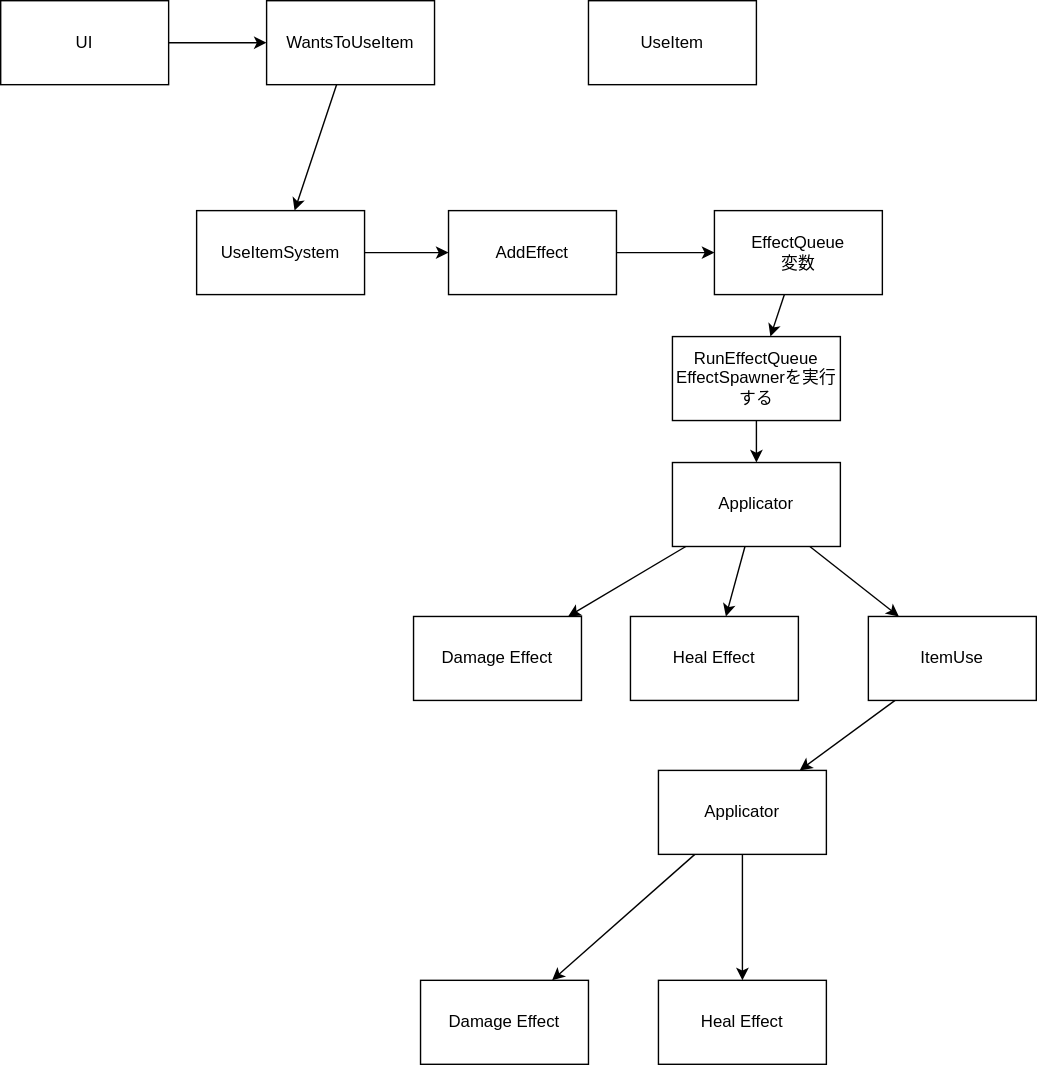
This is docs/images/20231223item.drawio.svg from kijimaD/ruins, a draw.io export, as it was before one commit. Source tidied: cells renumbered, new cells last; positions are measured from the earlier drawing's top-left corner, leaving out a move shared by most shapes. Its diagram source:
```xml
<mxGraphModel>
  <root>
    <mxCell id="0" />
    <mxCell id="1" parent="0" />
    <mxCell id="2" style="edgeStyle=none;html=1;" parent="1" edge="1" source="3" target="6">
      <mxGeometry relative="1" as="geometry" />
    </mxCell>
    <mxCell id="3" value="WantsToUseItem" style="whiteSpace=wrap;html=1;" parent="1" vertex="1">
      <mxGeometry x="190" width="120" height="60" as="geometry" />
    </mxCell>
    <mxCell id="4" value="UseItem" style="whiteSpace=wrap;html=1;" parent="1" vertex="1">
      <mxGeometry x="420" width="120" height="60" as="geometry" />
    </mxCell>
    <mxCell id="5" style="edgeStyle=none;html=1;" parent="1" edge="1" source="6" target="8">
      <mxGeometry relative="1" as="geometry" />
    </mxCell>
    <mxCell id="6" value="UseItemSystem" style="whiteSpace=wrap;html=1;" parent="1" vertex="1">
      <mxGeometry x="140" y="150" width="120" height="60" as="geometry" />
    </mxCell>
    <mxCell id="7" style="edgeStyle=none;html=1;" parent="1" edge="1" source="8" target="10">
      <mxGeometry relative="1" as="geometry" />
    </mxCell>
    <mxCell id="8" value="AddEffect" style="whiteSpace=wrap;html=1;" parent="1" vertex="1">
      <mxGeometry x="320" y="150" width="120" height="60" as="geometry" />
    </mxCell>
    <mxCell id="9" style="edgeStyle=none;html=1;" parent="1" edge="1" source="10" target="15">
      <mxGeometry relative="1" as="geometry" />
    </mxCell>
    <mxCell id="10" value="EffectQueue&lt;br&gt;変数" style="whiteSpace=wrap;html=1;" parent="1" vertex="1">
      <mxGeometry x="510" y="150" width="120" height="60" as="geometry" />
    </mxCell>
    <mxCell id="11" style="edgeStyle=none;html=1;" parent="1" edge="1" source="27" target="16">
      <mxGeometry relative="1" as="geometry" />
    </mxCell>
    <mxCell id="12" style="edgeStyle=none;html=1;" parent="1" edge="1" source="27" target="17">
      <mxGeometry relative="1" as="geometry" />
    </mxCell>
    <mxCell id="13" style="edgeStyle=none;html=1;" parent="1" edge="1" source="27" target="21">
      <mxGeometry relative="1" as="geometry" />
    </mxCell>
    <mxCell id="14" style="edgeStyle=none;html=1;" parent="1" edge="1" source="15" target="27">
      <mxGeometry relative="1" as="geometry" />
    </mxCell>
    <mxCell id="15" value="RunEffectQueue&lt;br&gt;EffectSpawnerを実行する" style="whiteSpace=wrap;html=1;" parent="1" vertex="1">
      <mxGeometry x="480" y="240" width="120" height="60" as="geometry" />
    </mxCell>
    <mxCell id="16" value="Damage Effect" style="whiteSpace=wrap;html=1;" parent="1" vertex="1">
      <mxGeometry x="295" y="440" width="120" height="60" as="geometry" />
    </mxCell>
    <mxCell id="17" value="Heal Effect" style="whiteSpace=wrap;html=1;" parent="1" vertex="1">
      <mxGeometry x="450" y="440" width="120" height="60" as="geometry" />
    </mxCell>
    <mxCell id="18" style="edgeStyle=none;html=1;" parent="1" edge="1" source="19" target="3">
      <mxGeometry relative="1" as="geometry" />
    </mxCell>
    <mxCell id="19" value="UI" style="whiteSpace=wrap;html=1;" parent="1" vertex="1">
      <mxGeometry width="120" height="60" as="geometry" />
    </mxCell>
    <mxCell id="20" style="edgeStyle=none;html=1;" parent="1" edge="1" source="21" target="24">
      <mxGeometry relative="1" as="geometry" />
    </mxCell>
    <mxCell id="21" value="ItemUse" style="whiteSpace=wrap;html=1;" parent="1" vertex="1">
      <mxGeometry x="620" y="440" width="120" height="60" as="geometry" />
    </mxCell>
    <mxCell id="22" style="edgeStyle=none;html=1;" parent="1" edge="1" source="24" target="25">
      <mxGeometry relative="1" as="geometry" />
    </mxCell>
    <mxCell id="23" style="edgeStyle=none;html=1;" parent="1" edge="1" source="24" target="26">
      <mxGeometry relative="1" as="geometry" />
    </mxCell>
    <mxCell id="24" value="Applicator" style="whiteSpace=wrap;html=1;" parent="1" vertex="1">
      <mxGeometry x="470" y="550" width="120" height="60" as="geometry" />
    </mxCell>
    <mxCell id="25" value="Heal Effect" style="whiteSpace=wrap;html=1;" parent="1" vertex="1">
      <mxGeometry x="470" y="700" width="120" height="60" as="geometry" />
    </mxCell>
    <mxCell id="26" value="Damage Effect" style="whiteSpace=wrap;html=1;" parent="1" vertex="1">
      <mxGeometry x="300" y="700" width="120" height="60" as="geometry" />
    </mxCell>
    <mxCell id="27" value="Applicator" style="whiteSpace=wrap;html=1;" parent="1" vertex="1">
      <mxGeometry x="480" y="330" width="120" height="60" as="geometry" />
    </mxCell>
  </root>
</mxGraphModel>
```
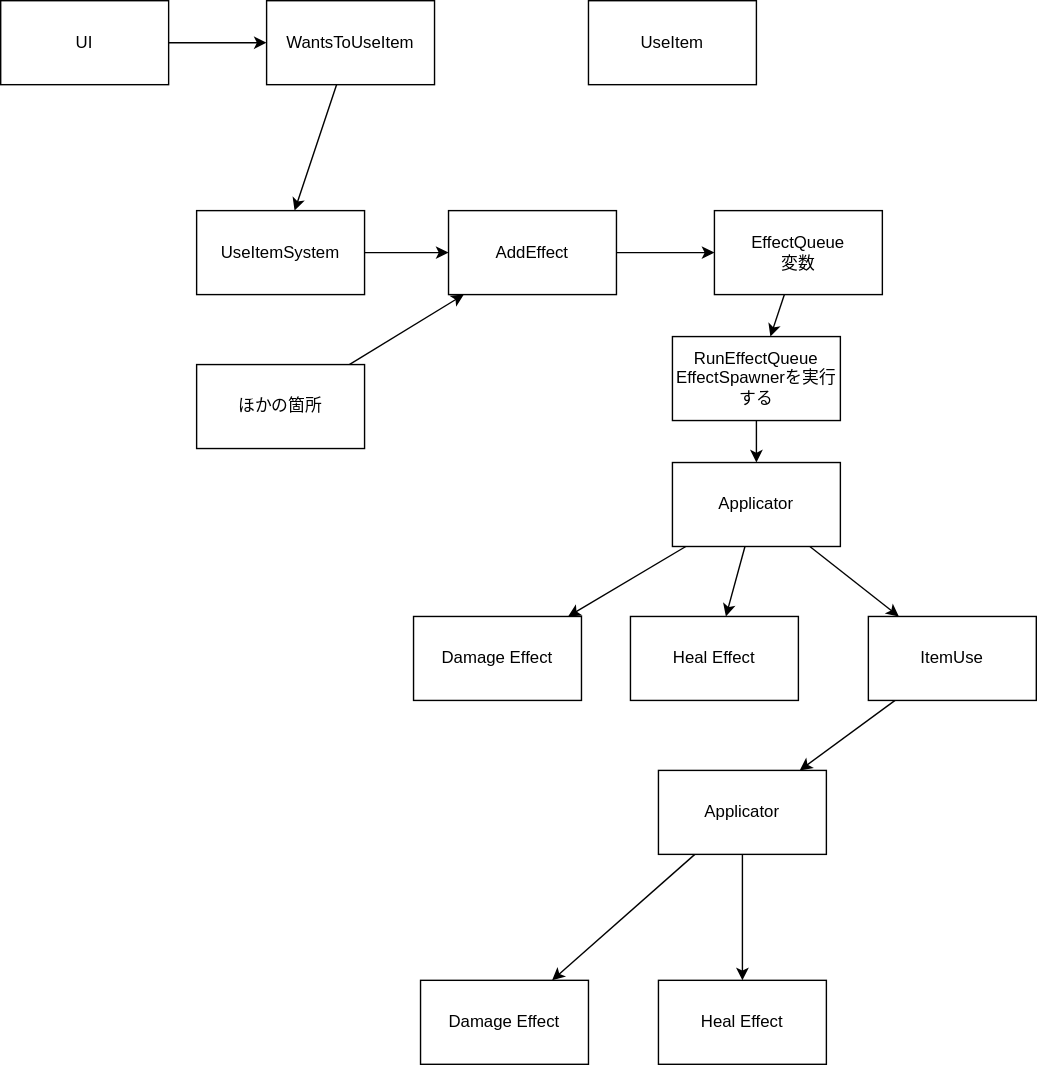
After the commit.

What changed in the source:
```diff
@@ -80,5 +80,11 @@
     <mxCell id="27" value="Applicator" style="whiteSpace=wrap;html=1;" parent="1" vertex="1">
       <mxGeometry x="480" y="330" width="120" height="60" as="geometry" />
     </mxCell>
+    <mxCell id="28" style="edgeStyle=none;html=1;" parent="1" edge="1" source="29" target="8">
+      <mxGeometry relative="1" as="geometry" />
+    </mxCell>
+    <mxCell id="29" value="ほかの箇所" style="whiteSpace=wrap;html=1;" parent="1" vertex="1">
+      <mxGeometry x="140" y="260" width="120" height="60" as="geometry" />
+    </mxCell>
   </root>
 </mxGraphModel>
```
